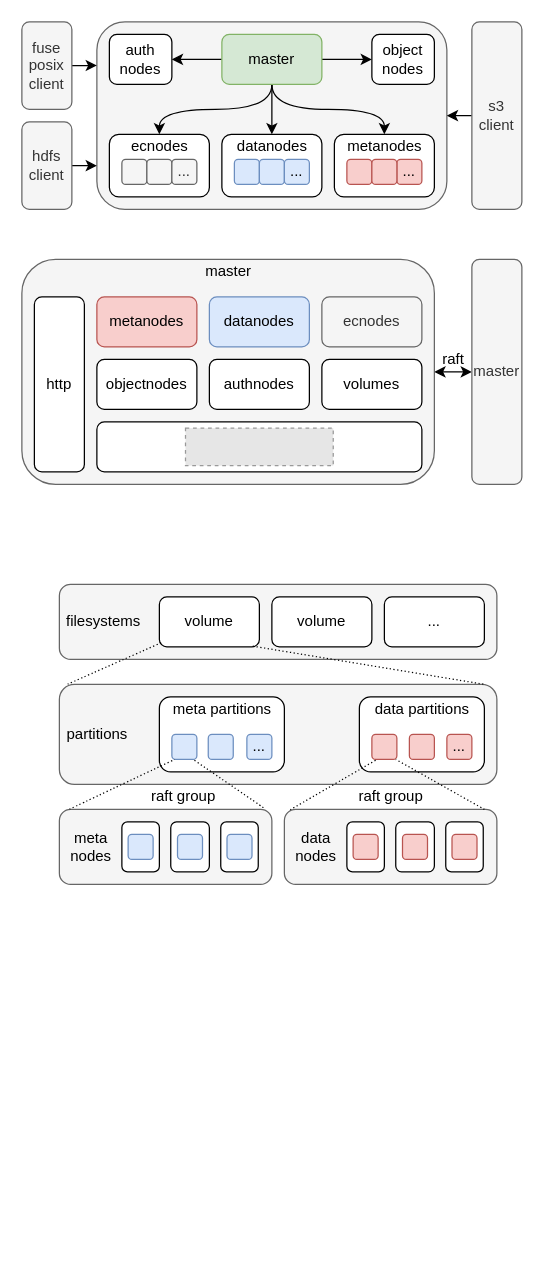
Before: cubefs/cubefs.drawio in EarthWind/deeparch, a draw.io diagram. Source tidied: cells renumbered, new cells numbered last; positions are measured from the earlier drawing's top-left corner, leaving out a move shared by most shapes. Both pictures are drawn from the tidied source at 125%, with x=0, y=0 at pixel (21, 21). Pictures stored in the file or linked from it are replaced by grey dashed boxes.
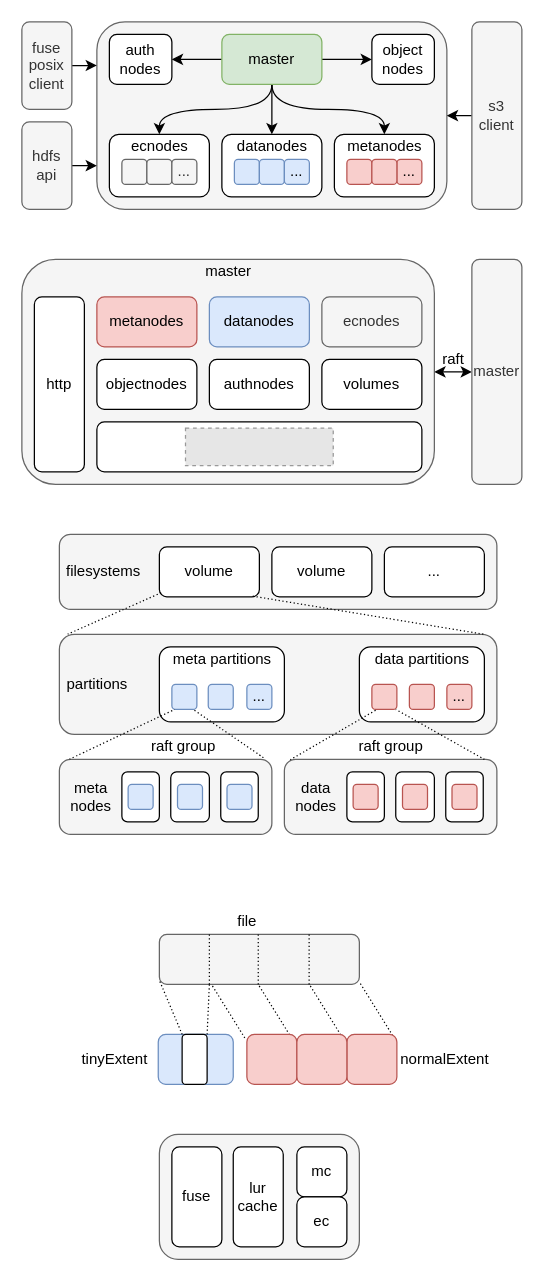
Above is the later version.

What changed in the source:
```diff
@@
+    <mxCell id="87" style="endArrow=none;dashed=1;html=1;rounded=0;dashPattern=1 2;strokeWidth=1;curved=1;exitX=0.916;exitY=0.023;exitDx=0;exitDy=0;entryX=0.25;entryY=1;entryDx=0;entryDy=0;exitPerimeter=0;" parent="1" edge="1">
+      <mxGeometry relative="1" as="geometry">
+        <mxPoint x="215.7" y="812.8" as="sourcePoint" />
+        <mxPoint x="189.1" y="770" as="targetPoint" />
+      </mxGeometry>
+    </mxCell>
+    <mxCell id="88" style="endArrow=none;dashed=1;html=1;rounded=0;dashPattern=1 2;strokeWidth=1;curved=1;exitX=0.916;exitY=0.023;exitDx=0;exitDy=0;entryX=0.25;entryY=1;entryDx=0;entryDy=0;exitPerimeter=0;" parent="1" edge="1" source="98">
+      <mxGeometry relative="1" as="geometry">
+        <mxPoint x="270" y="768.1" as="targetPoint" />
+      </mxGeometry>
+    </mxCell>
+    <mxCell id="89" style="endArrow=none;dashed=1;html=1;rounded=0;dashPattern=1 2;strokeWidth=1;curved=1;exitX=0.916;exitY=0.023;exitDx=0;exitDy=0;entryX=0.25;entryY=1;entryDx=0;entryDy=0;exitPerimeter=0;" parent="1" edge="1">
+      <mxGeometry relative="1" as="geometry">
+        <mxPoint x="256.6" y="812.8" as="sourcePoint" />
+        <mxPoint x="230" y="770" as="targetPoint" />
+      </mxGeometry>
+    </mxCell>
     <mxCell id="2" style="rounded=1;whiteSpace=wrap;html=1;fillColor=#f5f5f5;fontColor=#333333;strokeColor=#666666;" parent="1" vertex="1">
-      <mxGeometry x="30" y="530" width="350" height="80" as="geometry" />
+      <mxGeometry x="30" y="490" width="350" height="80" as="geometry" />
     </mxCell>
     <mxCell id="3" style="rounded=1;whiteSpace=wrap;html=1;fillColor=#f5f5f5;fontColor=#333333;strokeColor=#666666;" parent="1" vertex="1">
-      <mxGeometry x="30" y="450" width="350" height="60" as="geometry" />
+      <mxGeometry x="30" y="410" width="350" height="60" as="geometry" />
     </mxCell>
@@
-    <mxCell id="33" value="hdfs&lt;br&gt;client" style="rounded=1;whiteSpace=wrap;html=1;fillColor=#f5f5f5;fontColor=#333333;strokeColor=#666666;" parent="1" vertex="1">
+    <mxCell id="33" value="hdfs&lt;br&gt;api" style="rounded=1;whiteSpace=wrap;html=1;fillColor=#f5f5f5;fontColor=#333333;strokeColor=#666666;" parent="1" vertex="1">
       <mxGeometry y="80" width="40" height="70" as="geometry" />
     </mxCell>
@@
     <mxCell id="48" value="volume" style="rounded=1;whiteSpace=wrap;html=1;" parent="1" vertex="1">
-      <mxGeometry x="110" y="460" width="80" height="40" as="geometry" />
+      <mxGeometry x="110" y="420" width="80" height="40" as="geometry" />
     </mxCell>
     <mxCell id="49" value="volume" style="rounded=1;whiteSpace=wrap;html=1;" parent="1" vertex="1">
-      <mxGeometry x="200" y="460" width="80" height="40" as="geometry" />
+      <mxGeometry x="200" y="420" width="80" height="40" as="geometry" />
     </mxCell>
     <mxCell id="50" value="..." style="rounded=1;whiteSpace=wrap;html=1;" parent="1" vertex="1">
-      <mxGeometry x="290" y="460" width="80" height="40" as="geometry" />
+      <mxGeometry x="290" y="420" width="80" height="40" as="geometry" />
     </mxCell>
     <mxCell id="51" value="filesystems" style="text;html=1;align=center;verticalAlign=middle;strokeColor=none;fillColor=none;" parent="1" vertex="1">
-      <mxGeometry x="30" y="470" width="70" height="20" as="geometry" />
+      <mxGeometry x="30" y="430" width="70" height="20" as="geometry" />
     </mxCell>
     <mxCell id="52" style="rounded=1;whiteSpace=wrap;html=1;" parent="1" vertex="1">
-      <mxGeometry x="110" y="540" width="100" height="60" as="geometry" />
+      <mxGeometry x="110" y="500" width="100" height="60" as="geometry" />
     </mxCell>
     <mxCell id="53" style="rounded=1;whiteSpace=wrap;html=1;" parent="1" vertex="1">
-      <mxGeometry x="270" y="540" width="100" height="60" as="geometry" />
+      <mxGeometry x="270" y="500" width="100" height="60" as="geometry" />
     </mxCell>
     <mxCell id="54" value="meta partitions" style="text;html=1;align=center;verticalAlign=middle;strokeColor=none;fillColor=none;" parent="1" vertex="1">
-      <mxGeometry x="115" y="540" width="90" height="20" as="geometry" />
+      <mxGeometry x="115" y="500" width="90" height="20" as="geometry" />
     </mxCell>
     <mxCell id="55" value="data partitions" style="text;html=1;align=center;verticalAlign=middle;strokeColor=none;fillColor=none;" parent="1" vertex="1">
-      <mxGeometry x="275" y="540" width="90" height="20" as="geometry" />
+      <mxGeometry x="275" y="500" width="90" height="20" as="geometry" />
     </mxCell>
     <mxCell id="56" style="rounded=1;whiteSpace=wrap;html=1;fillColor=#dae8fc;strokeColor=#6c8ebf;" parent="1" vertex="1">
-      <mxGeometry x="120" y="570" width="20" height="20" as="geometry" />
+      <mxGeometry x="120" y="530" width="20" height="20" as="geometry" />
     </mxCell>
     <mxCell id="57" value="..." style="rounded=1;whiteSpace=wrap;html=1;fillColor=#dae8fc;strokeColor=#6c8ebf;" parent="1" vertex="1">
-      <mxGeometry x="180" y="570" width="20" height="20" as="geometry" />
+      <mxGeometry x="180" y="530" width="20" height="20" as="geometry" />
     </mxCell>
     <mxCell id="58" style="rounded=1;whiteSpace=wrap;html=1;fillColor=#dae8fc;strokeColor=#6c8ebf;" parent="1" vertex="1">
-      <mxGeometry x="149.1" y="570" width="20" height="20" as="geometry" />
+      <mxGeometry x="149.1" y="530" width="20" height="20" as="geometry" />
     </mxCell>
     <mxCell id="59" style="rounded=1;whiteSpace=wrap;html=1;fillColor=#f8cecc;strokeColor=#b85450;" parent="1" vertex="1">
-      <mxGeometry x="280" y="570" width="20" height="20" as="geometry" />
+      <mxGeometry x="280" y="530" width="20" height="20" as="geometry" />
     </mxCell>
     <mxCell id="60" style="rounded=1;whiteSpace=wrap;html=1;fillColor=#f8cecc;strokeColor=#b85450;" parent="1" vertex="1">
-      <mxGeometry x="310" y="570" width="20" height="20" as="geometry" />
+      <mxGeometry x="310" y="530" width="20" height="20" as="geometry" />
     </mxCell>
     <mxCell id="61" value="..." style="rounded=1;whiteSpace=wrap;html=1;fillColor=#f8cecc;strokeColor=#b85450;" parent="1" vertex="1">
-      <mxGeometry x="340" y="570" width="20" height="20" as="geometry" />
+      <mxGeometry x="340" y="530" width="20" height="20" as="geometry" />
     </mxCell>
     <mxCell id="62" value="partitions" style="text;html=1;align=center;verticalAlign=middle;strokeColor=none;fillColor=none;" parent="1" vertex="1">
-      <mxGeometry x="30" y="560" width="60" height="20" as="geometry" />
+      <mxGeometry x="30" y="520" width="60" height="20" as="geometry" />
     </mxCell>
@@
     <mxCell id="65" style="rounded=1;whiteSpace=wrap;html=1;fillColor=#f5f5f5;fontColor=#333333;strokeColor=#666666;" parent="1" vertex="1">
-      <mxGeometry x="30" y="630" width="170" height="60" as="geometry" />
+      <mxGeometry x="30" y="590" width="170" height="60" as="geometry" />
     </mxCell>
     <mxCell id="66" style="rounded=1;whiteSpace=wrap;html=1;" parent="1" vertex="1">
-      <mxGeometry x="80" y="640" width="30" height="40" as="geometry" />
+      <mxGeometry x="80" y="600" width="30" height="40" as="geometry" />
     </mxCell>
     <mxCell id="67" style="rounded=1;whiteSpace=wrap;html=1;fillColor=#dae8fc;strokeColor=#6c8ebf;" parent="1" vertex="1">
-      <mxGeometry x="85" y="650" width="20" height="20" as="geometry" />
+      <mxGeometry x="85" y="610" width="20" height="20" as="geometry" />
     </mxCell>
     <mxCell id="68" value="meta&lt;br&gt;nodes" style="text;html=1;align=center;verticalAlign=middle;strokeColor=none;fillColor=none;" parent="1" vertex="1">
-      <mxGeometry x="30" y="645" width="50" height="30" as="geometry" />
+      <mxGeometry x="30" y="605" width="50" height="30" as="geometry" />
     </mxCell>
     <mxCell id="69" style="rounded=1;whiteSpace=wrap;html=1;" parent="1" vertex="1">
-      <mxGeometry x="119.1" y="640" width="30.9" height="40" as="geometry" />
+      <mxGeometry x="119.1" y="600" width="30.9" height="40" as="geometry" />
     </mxCell>
     <mxCell id="70" style="rounded=1;whiteSpace=wrap;html=1;fillColor=#dae8fc;strokeColor=#6c8ebf;" parent="1" vertex="1">
-      <mxGeometry x="124.5" y="650" width="20" height="20" as="geometry" />
+      <mxGeometry x="124.5" y="610" width="20" height="20" as="geometry" />
     </mxCell>
     <mxCell id="71" style="rounded=1;whiteSpace=wrap;html=1;" parent="1" vertex="1">
-      <mxGeometry x="159.1" y="640" width="30" height="40" as="geometry" />
+      <mxGeometry x="159.1" y="600" width="30" height="40" as="geometry" />
     </mxCell>
     <mxCell id="72" style="rounded=1;whiteSpace=wrap;html=1;fillColor=#dae8fc;strokeColor=#6c8ebf;" parent="1" vertex="1">
-      <mxGeometry x="164.1" y="650" width="20" height="20" as="geometry" />
+      <mxGeometry x="164.1" y="610" width="20" height="20" as="geometry" />
     </mxCell>
     <mxCell id="73" style="endArrow=none;dashed=1;html=1;dashPattern=1 2;strokeWidth=1;rounded=0;curved=1;exitX=0.048;exitY=-0.003;exitDx=0;exitDy=0;exitPerimeter=0;entryX=0.018;entryY=0.918;entryDx=0;entryDy=0;entryPerimeter=0;" parent="1" edge="1" source="65">
       <mxGeometry relative="1" as="geometry">
-        <mxPoint x="122.4" y="590" as="targetPoint" />
+        <mxPoint x="122.4" y="550" as="targetPoint" />
       </mxGeometry>
     </mxCell>
     <mxCell id="74" style="endArrow=none;dashed=1;html=1;dashPattern=1 2;strokeWidth=1;rounded=0;curved=1;exitX=0.96;exitY=-0.023;exitDx=0;exitDy=0;exitPerimeter=0;entryX=0.914;entryY=0.979;entryDx=0;entryDy=0;entryPerimeter=0;" parent="1" edge="1" source="65">
       <mxGeometry relative="1" as="geometry">
-        <mxPoint x="137" y="590" as="targetPoint" />
+        <mxPoint x="137" y="550" as="targetPoint" />
       </mxGeometry>
     </mxCell>
     <mxCell id="75" style="rounded=1;whiteSpace=wrap;html=1;fillColor=#f5f5f5;fontColor=#333333;strokeColor=#666666;" parent="1" vertex="1">
-      <mxGeometry x="210" y="630" width="170" height="60" as="geometry" />
+      <mxGeometry x="210" y="590" width="170" height="60" as="geometry" />
     </mxCell>
     <mxCell id="76" style="rounded=1;whiteSpace=wrap;html=1;" parent="1" vertex="1">
-      <mxGeometry x="260" y="640" width="30" height="40" as="geometry" />
+      <mxGeometry x="260" y="600" width="30" height="40" as="geometry" />
     </mxCell>
     <mxCell id="77" style="rounded=1;whiteSpace=wrap;html=1;fillColor=#f8cecc;strokeColor=#b85450;" parent="1" vertex="1">
-      <mxGeometry x="265" y="650" width="20" height="20" as="geometry" />
+      <mxGeometry x="265" y="610" width="20" height="20" as="geometry" />
     </mxCell>
     <mxCell id="78" value="data&lt;br&gt;nodes" style="text;html=1;align=center;verticalAlign=middle;strokeColor=none;fillColor=none;" parent="1" vertex="1">
-      <mxGeometry x="210" y="645" width="50" height="30" as="geometry" />
+      <mxGeometry x="210" y="605" width="50" height="30" as="geometry" />
     </mxCell>
     <mxCell id="79" style="rounded=1;whiteSpace=wrap;html=1;" parent="1" vertex="1">
-      <mxGeometry x="299.1" y="640" width="30.9" height="40" as="geometry" />
+      <mxGeometry x="299.1" y="600" width="30.9" height="40" as="geometry" />
     </mxCell>
     <mxCell id="80" style="rounded=1;whiteSpace=wrap;html=1;fillColor=#f8cecc;strokeColor=#b85450;" parent="1" vertex="1">
-      <mxGeometry x="304.5" y="650" width="20" height="20" as="geometry" />
+      <mxGeometry x="304.5" y="610" width="20" height="20" as="geometry" />
     </mxCell>
     <mxCell id="81" style="rounded=1;whiteSpace=wrap;html=1;" parent="1" vertex="1">
-      <mxGeometry x="339.1" y="640" width="30" height="40" as="geometry" />
+      <mxGeometry x="339.1" y="600" width="30" height="40" as="geometry" />
     </mxCell>
     <mxCell id="82" style="rounded=1;whiteSpace=wrap;html=1;fillColor=#f8cecc;strokeColor=#b85450;" parent="1" vertex="1">
-      <mxGeometry x="344.1" y="650" width="20" height="20" as="geometry" />
+      <mxGeometry x="344.1" y="610" width="20" height="20" as="geometry" />
     </mxCell>
     <mxCell id="83" style="endArrow=none;dashed=1;html=1;dashPattern=1 2;strokeWidth=1;rounded=0;curved=1;exitX=0.028;exitY=0.005;exitDx=0;exitDy=0;exitPerimeter=0;entryX=0.018;entryY=0.918;entryDx=0;entryDy=0;entryPerimeter=0;" parent="1" edge="1" source="75">
       <mxGeometry relative="1" as="geometry">
-        <mxPoint x="284.2" y="590" as="targetPoint" />
+        <mxPoint x="284.2" y="550" as="targetPoint" />
       </mxGeometry>
     </mxCell>
     <mxCell id="84" style="endArrow=none;dashed=1;html=1;dashPattern=1 2;strokeWidth=1;rounded=0;curved=1;exitX=0.941;exitY=0;exitDx=0;exitDy=0;exitPerimeter=0;entryX=0.914;entryY=0.979;entryDx=0;entryDy=0;entryPerimeter=0;" parent="1" edge="1" source="75">
       <mxGeometry relative="1" as="geometry">
-        <mxPoint x="299.1" y="590" as="targetPoint" />
+        <mxPoint x="299.1" y="550" as="targetPoint" />
       </mxGeometry>
     </mxCell>
     <mxCell id="85" value="raft group" style="text;html=1;align=center;verticalAlign=middle;strokeColor=none;fillColor=none;" parent="1" vertex="1">
-      <mxGeometry x="94.1" y="610" width="70" height="20" as="geometry" />
+      <mxGeometry x="94.1" y="570" width="70" height="20" as="geometry" />
     </mxCell>
     <mxCell id="86" value="raft group" style="text;html=1;align=center;verticalAlign=middle;strokeColor=none;fillColor=none;" parent="1" vertex="1">
-      <mxGeometry x="260" y="610" width="70" height="20" as="geometry" />
+      <mxGeometry x="260" y="570" width="70" height="20" as="geometry" />
     </mxCell>
+    <mxCell id="90" style="rounded=1;whiteSpace=wrap;html=1;fillColor=#f5f5f5;fontColor=#333333;strokeColor=#666666;" parent="1" vertex="1">
+      <mxGeometry x="110" y="730" width="160" height="40" as="geometry" />
+    </mxCell>
+    <mxCell id="91" style="endArrow=none;dashed=1;html=1;rounded=0;dashPattern=1 2;strokeWidth=1;curved=1;exitX=0.25;exitY=1;exitDx=0;exitDy=0;entryX=0.25;entryY=0;entryDx=0;entryDy=0;" parent="1" edge="1" source="90" target="90">
+      <mxGeometry relative="1" as="geometry" />
+    </mxCell>
+    <mxCell id="92" style="rounded=1;whiteSpace=wrap;html=1;fillColor=#dae8fc;strokeColor=#6c8ebf;" parent="1" vertex="1">
+      <mxGeometry x="109.1" y="810" width="60" height="40" as="geometry" />
+    </mxCell>
+    <mxCell id="93" style="rounded=1;whiteSpace=wrap;html=1;" parent="1" vertex="1">
+      <mxGeometry x="128.2" y="810" width="20" height="40" as="geometry" />
+    </mxCell>
+    <mxCell id="94" value="tinyExtent" style="text;html=1;align=center;verticalAlign=middle;strokeColor=none;fillColor=none;" parent="1" vertex="1">
+      <mxGeometry x="39.1" y="820" width="70" height="20" as="geometry" />
+    </mxCell>
+    <mxCell id="95" style="endArrow=none;dashed=1;html=1;rounded=0;dashPattern=1 2;strokeWidth=1;curved=1;exitX=0;exitY=0;exitDx=0;exitDy=0;entryX=-0.002;entryY=0.9;entryDx=0;entryDy=0;entryPerimeter=0;" parent="1" edge="1" source="93" target="90">
+      <mxGeometry relative="1" as="geometry" />
+    </mxCell>
+    <mxCell id="96" style="endArrow=none;dashed=1;html=1;rounded=0;dashPattern=1 2;strokeWidth=1;curved=1;exitX=1;exitY=0;exitDx=0;exitDy=0;entryX=0.25;entryY=1;entryDx=0;entryDy=0;" parent="1" edge="1" source="93" target="90">
+      <mxGeometry relative="1" as="geometry" />
+    </mxCell>
+    <mxCell id="97" style="rounded=1;whiteSpace=wrap;html=1;fillColor=#f8cecc;strokeColor=#b85450;" parent="1" vertex="1">
+      <mxGeometry x="180" y="810" width="40" height="40" as="geometry" />
+    </mxCell>
+    <mxCell id="98" style="rounded=1;whiteSpace=wrap;html=1;fillColor=#f8cecc;strokeColor=#b85450;" parent="1" vertex="1">
+      <mxGeometry x="260" y="810" width="40" height="40" as="geometry" />
+    </mxCell>
+    <mxCell id="99" style="rounded=1;whiteSpace=wrap;html=1;fillColor=#f8cecc;strokeColor=#b85450;" parent="1" vertex="1">
+      <mxGeometry x="220" y="810" width="40" height="40" as="geometry" />
+    </mxCell>
+    <mxCell id="100" value="file" style="text;html=1;align=center;verticalAlign=middle;strokeColor=none;fillColor=none;" parent="1" vertex="1">
+      <mxGeometry x="165" y="710" width="30" height="20" as="geometry" />
+    </mxCell>
+    <mxCell id="101" style="endArrow=none;dashed=1;html=1;rounded=0;dashPattern=1 2;strokeWidth=1;curved=1;exitX=0.25;exitY=1;exitDx=0;exitDy=0;entryX=0.25;entryY=0;entryDx=0;entryDy=0;" parent="1" edge="1">
+      <mxGeometry relative="1" as="geometry">
+        <mxPoint x="189.1" y="770" as="sourcePoint" />
+        <mxPoint x="189.1" y="730" as="targetPoint" />
+      </mxGeometry>
+    </mxCell>
+    <mxCell id="102" style="endArrow=none;dashed=1;html=1;rounded=0;dashPattern=1 2;strokeWidth=1;curved=1;exitX=0.25;exitY=1;exitDx=0;exitDy=0;entryX=0.25;entryY=0;entryDx=0;entryDy=0;" parent="1" edge="1">
+      <mxGeometry relative="1" as="geometry">
+        <mxPoint x="229.8" y="770" as="sourcePoint" />
+        <mxPoint x="229.8" y="730" as="targetPoint" />
+      </mxGeometry>
+    </mxCell>
+    <mxCell id="103" style="endArrow=none;dashed=1;html=1;rounded=0;dashPattern=1 2;strokeWidth=1;curved=1;exitX=0.916;exitY=0.023;exitDx=0;exitDy=0;entryX=0.25;entryY=1;entryDx=0;entryDy=0;exitPerimeter=0;" parent="1" edge="1">
+      <mxGeometry relative="1" as="geometry">
+        <mxPoint x="178.3" y="812.8" as="sourcePoint" />
+        <mxPoint x="151.7" y="770" as="targetPoint" />
+      </mxGeometry>
+    </mxCell>
+    <mxCell id="104" value="normalExtent" style="text;html=1;align=center;verticalAlign=middle;strokeColor=none;fillColor=none;" parent="1" vertex="1">
+      <mxGeometry x="293" y="820" width="90" height="20" as="geometry" />
+    </mxCell>
+    <mxCell id="105" style="rounded=1;whiteSpace=wrap;html=1;fillColor=#f5f5f5;fontColor=#333333;strokeColor=#666666;" parent="1" vertex="1">
+      <mxGeometry x="110" y="890" width="160" height="100" as="geometry" />
+    </mxCell>
+    <mxCell id="106" value="fuse" style="rounded=1;whiteSpace=wrap;html=1;" parent="1" vertex="1">
+      <mxGeometry x="120" y="900" width="40" height="80" as="geometry" />
+    </mxCell>
+    <mxCell id="107" value="lur&lt;br&gt;cache" style="rounded=1;whiteSpace=wrap;html=1;" parent="1" vertex="1">
+      <mxGeometry x="169.1" y="900" width="40" height="80" as="geometry" />
+    </mxCell>
+    <mxCell id="108" value="mc" style="rounded=1;whiteSpace=wrap;html=1;" parent="1" vertex="1">
+      <mxGeometry x="220" y="900" width="40" height="40" as="geometry" />
+    </mxCell>
+    <mxCell id="109" value="ec" style="rounded=1;whiteSpace=wrap;html=1;" parent="1" vertex="1">
+      <mxGeometry x="220" y="940" width="40" height="40" as="geometry" />
+    </mxCell>
```
